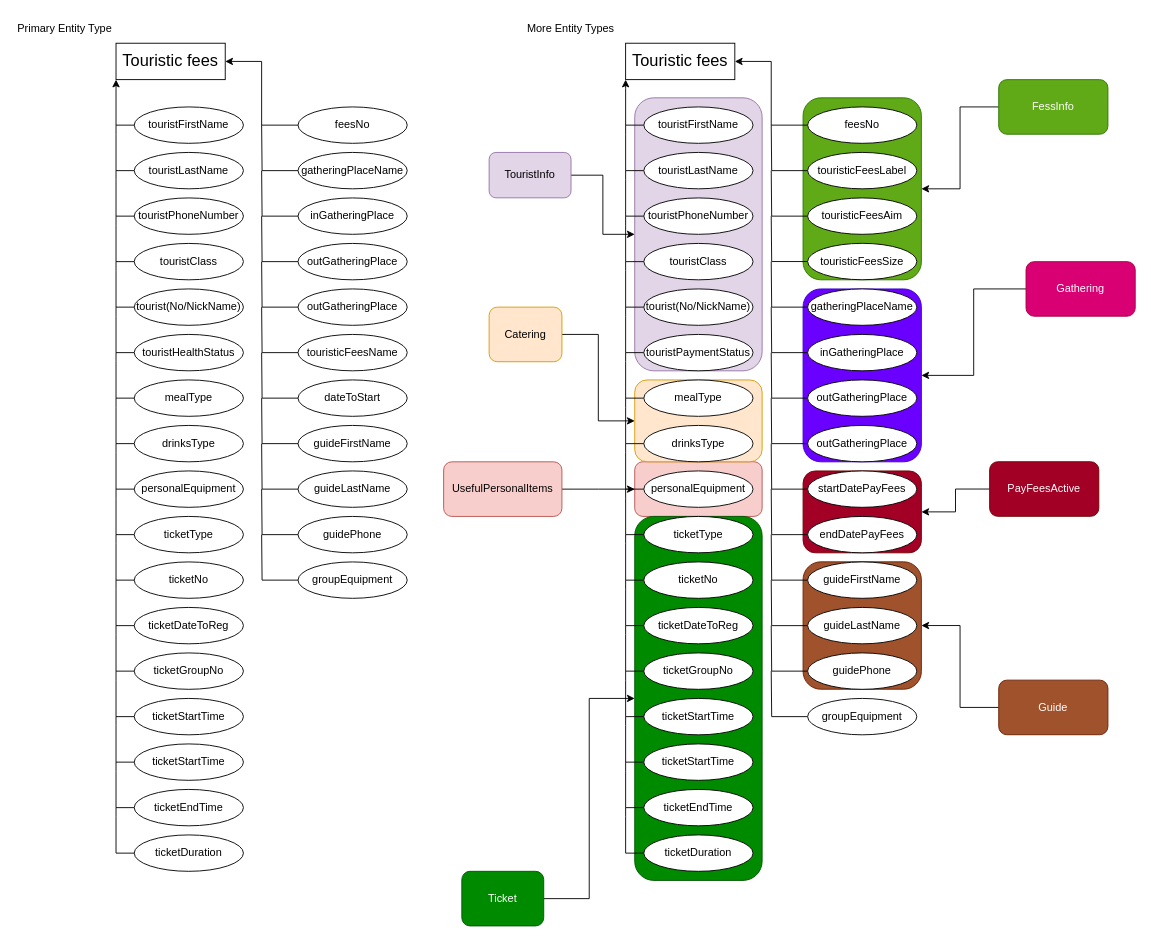
This is Untitled Diagram.drawio from maxonchickdev/maxonchickdev, a draw.io file, before an edit. Source tidied: cells renumbered, new cells numbered last; positions are measured from the earlier drawing's top-left corner, leaving out a move shared by most shapes. Both pictures are drawn from the tidied source at 91%, with x=0, y=0 at pixel (15, 15).
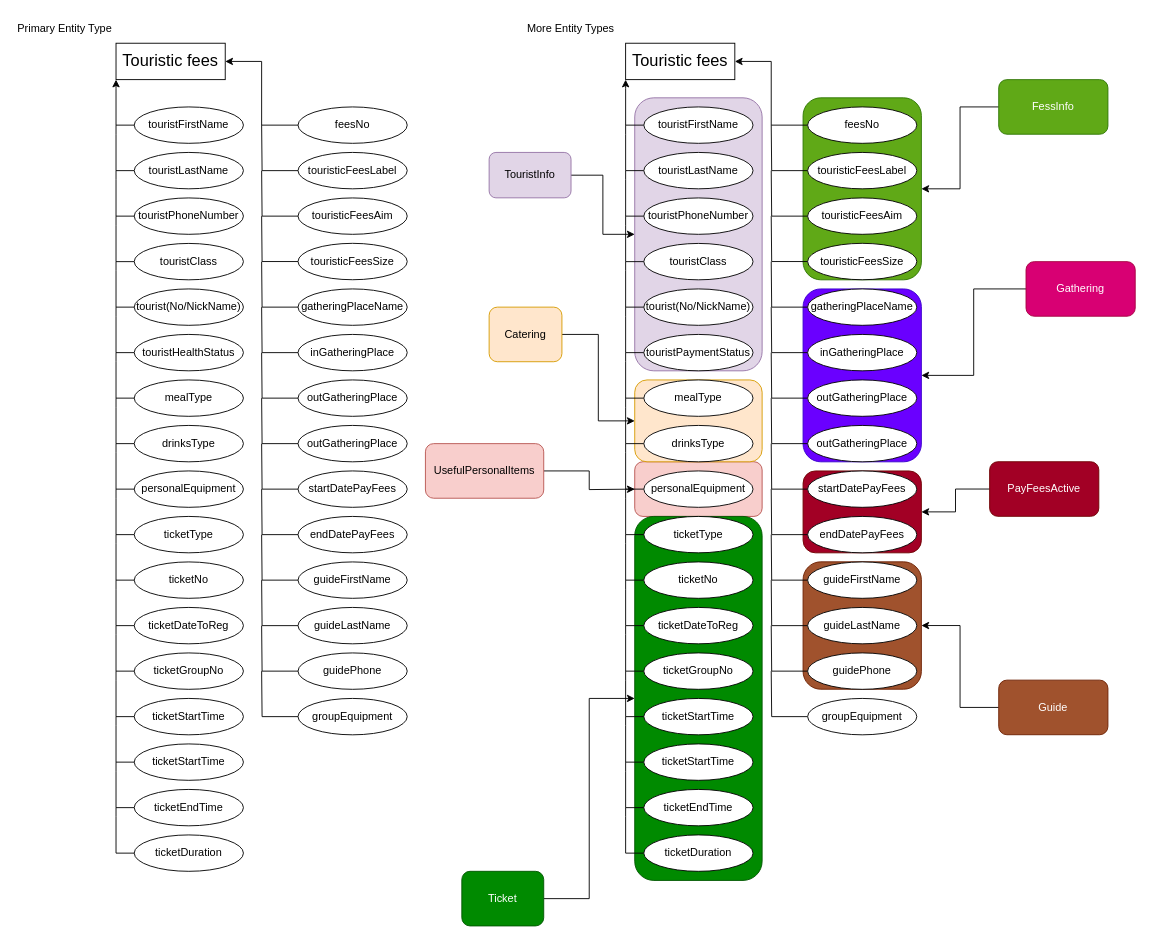
The same diagram, later.

What changed in the source:
```diff
@@
-    <mxCell id="31" style="edgeStyle=orthogonalEdgeStyle;rounded=0;jettySize=auto;html=1;endArrow=none;endFill=0;" parent="1" edge="1" source="32">
-      <mxGeometry relative="1" as="geometry">
-        <mxPoint x="270" y="120" as="targetPoint" />
-      </mxGeometry>
-    </mxCell>
-    <mxCell id="32" value="gatheringPlaceName" style="ellipse;whiteSpace=wrap;html=1;" parent="1" vertex="1">
-      <mxGeometry x="310" y="150" width="120" height="40" as="geometry" />
-    </mxCell>
-    <mxCell id="33" style="edgeStyle=orthogonalEdgeStyle;rounded=0;jettySize=auto;html=1;endArrow=none;endFill=0;" parent="1" edge="1" source="34">
-      <mxGeometry relative="1" as="geometry">
-        <mxPoint x="270" y="170" as="targetPoint" />
-      </mxGeometry>
-    </mxCell>
-    <mxCell id="34" value="inGatheringPlace" style="ellipse;whiteSpace=wrap;html=1;" parent="1" vertex="1">
-      <mxGeometry x="310" y="200" width="120" height="40" as="geometry" />
-    </mxCell>
-    <mxCell id="35" style="edgeStyle=orthogonalEdgeStyle;rounded=0;jettySize=auto;html=1;endArrow=none;endFill=0;" parent="1" edge="1" source="36">
-      <mxGeometry relative="1" as="geometry">
-        <mxPoint x="270" y="220" as="targetPoint" />
-      </mxGeometry>
-    </mxCell>
-    <mxCell id="36" value="outGatheringPlace" style="ellipse;whiteSpace=wrap;html=1;" parent="1" vertex="1">
-      <mxGeometry x="310" y="250" width="120" height="40" as="geometry" />
-    </mxCell>
-    <mxCell id="37" style="edgeStyle=orthogonalEdgeStyle;rounded=0;jettySize=auto;html=1;endArrow=none;endFill=0;" parent="1" edge="1" source="38">
-      <mxGeometry relative="1" as="geometry">
-        <mxPoint x="270" y="270" as="targetPoint" />
-      </mxGeometry>
-    </mxCell>
-    <mxCell id="38" value="outGatheringPlace" style="ellipse;whiteSpace=wrap;html=1;" parent="1" vertex="1">
-      <mxGeometry x="310" y="300" width="120" height="40" as="geometry" />
-    </mxCell>
-    <mxCell id="39" style="edgeStyle=orthogonalEdgeStyle;rounded=0;jettySize=auto;html=1;endArrow=none;endFill=0;" parent="1" edge="1" source="40">
-      <mxGeometry relative="1" as="geometry">
-        <mxPoint x="270" y="320" as="targetPoint" />
-      </mxGeometry>
-    </mxCell>
-    <mxCell id="40" value="touristicFeesName" style="ellipse;whiteSpace=wrap;html=1;" parent="1" vertex="1">
-      <mxGeometry x="310" y="350" width="120" height="40" as="geometry" />
-    </mxCell>
-    <mxCell id="41" style="edgeStyle=orthogonalEdgeStyle;rounded=0;jettySize=auto;html=1;endArrow=none;endFill=0;" parent="1" edge="1" source="42">
-      <mxGeometry relative="1" as="geometry">
-        <mxPoint x="270" y="370" as="targetPoint" />
-      </mxGeometry>
-    </mxCell>
-    <mxCell id="42" value="dateToStart" style="ellipse;whiteSpace=wrap;html=1;" parent="1" vertex="1">
-      <mxGeometry x="310" y="400" width="120" height="40" as="geometry" />
-    </mxCell>
-    <mxCell id="43" style="edgeStyle=orthogonalEdgeStyle;rounded=0;jettySize=auto;html=1;endArrow=none;endFill=0;" parent="1" edge="1" source="44">
-      <mxGeometry relative="1" as="geometry">
-        <mxPoint x="270" y="420" as="targetPoint" />
-      </mxGeometry>
-    </mxCell>
-    <mxCell id="44" value="&lt;div&gt;guideFirstName&lt;/div&gt;" style="ellipse;whiteSpace=wrap;html=1;" parent="1" vertex="1">
-      <mxGeometry x="310" y="450" width="120" height="40" as="geometry" />
-    </mxCell>
-    <mxCell id="45" style="edgeStyle=orthogonalEdgeStyle;rounded=0;jettySize=auto;html=1;endArrow=none;endFill=0;" parent="1" edge="1" source="46">
-      <mxGeometry relative="1" as="geometry">
-        <mxPoint x="270" y="470" as="targetPoint" />
-      </mxGeometry>
-    </mxCell>
-    <mxCell id="46" value="&lt;div&gt;guideLastName&lt;/div&gt;" style="ellipse;whiteSpace=wrap;html=1;" parent="1" vertex="1">
-      <mxGeometry x="310" y="500" width="120" height="40" as="geometry" />
-    </mxCell>
-    <mxCell id="47" style="edgeStyle=orthogonalEdgeStyle;rounded=0;jettySize=auto;html=1;endArrow=none;endFill=0;" parent="1" edge="1" source="48">
-      <mxGeometry relative="1" as="geometry">
-        <mxPoint x="270" y="520" as="targetPoint" />
-      </mxGeometry>
-    </mxCell>
-    <mxCell id="48" value="&lt;div&gt;guidePhone&lt;/div&gt;" style="ellipse;whiteSpace=wrap;html=1;" parent="1" vertex="1">
-      <mxGeometry x="310" y="550" width="120" height="40" as="geometry" />
-    </mxCell>
-    <mxCell id="49" style="edgeStyle=orthogonalEdgeStyle;rounded=0;jettySize=auto;html=1;endArrow=none;endFill=0;" parent="1" edge="1" source="50">
-      <mxGeometry relative="1" as="geometry">
-        <mxPoint x="270" y="570" as="targetPoint" />
-      </mxGeometry>
-    </mxCell>
-    <mxCell id="50" value="groupEquipment" style="ellipse;whiteSpace=wrap;html=1;" parent="1" vertex="1">
-      <mxGeometry x="310" y="600" width="120" height="40" as="geometry" />
-    </mxCell>
@@
     <mxCell id="133" value="UsefulPersonalItems" style="rounded=1;whiteSpace=wrap;html=1;fillColor=#f8cecc;strokeColor=#b85450;" parent="1" vertex="1">
-      <mxGeometry x="470" y="490" width="130" height="60" as="geometry" />
+      <mxGeometry x="450" y="470" width="130" height="60" as="geometry" />
     </mxCell>
@@
+    <mxCell id="148" style="edgeStyle=orthogonalEdgeStyle;rounded=0;jettySize=auto;html=1;endArrow=none;endFill=0;" parent="1" edge="1" source="32">
+      <mxGeometry relative="1" as="geometry">
+        <mxPoint x="270" y="270" as="targetPoint" />
+      </mxGeometry>
+    </mxCell>
+    <mxCell id="32" value="gatheringPlaceName" style="ellipse;whiteSpace=wrap;html=1;" parent="1" vertex="1">
+      <mxGeometry x="310" y="300" width="120" height="40" as="geometry" />
+    </mxCell>
+    <mxCell id="149" style="edgeStyle=orthogonalEdgeStyle;rounded=0;jettySize=auto;html=1;endArrow=none;endFill=0;" parent="1" edge="1" source="34">
+      <mxGeometry relative="1" as="geometry">
+        <mxPoint x="270" y="320" as="targetPoint" />
+      </mxGeometry>
+    </mxCell>
+    <mxCell id="34" value="inGatheringPlace" style="ellipse;whiteSpace=wrap;html=1;" parent="1" vertex="1">
+      <mxGeometry x="310" y="350" width="120" height="40" as="geometry" />
+    </mxCell>
+    <mxCell id="150" style="edgeStyle=orthogonalEdgeStyle;rounded=0;jettySize=auto;html=1;endArrow=none;endFill=0;" parent="1" edge="1" source="151">
+      <mxGeometry relative="1" as="geometry">
+        <mxPoint x="270" y="370" as="targetPoint" />
+      </mxGeometry>
+    </mxCell>
+    <mxCell id="151" value="outGatheringPlace" style="ellipse;whiteSpace=wrap;html=1;" parent="1" vertex="1">
+      <mxGeometry x="310" y="400" width="120" height="40" as="geometry" />
+    </mxCell>
+    <mxCell id="152" style="edgeStyle=orthogonalEdgeStyle;rounded=0;jettySize=auto;html=1;endArrow=none;endFill=0;" parent="1" edge="1" source="153">
+      <mxGeometry relative="1" as="geometry">
+        <mxPoint x="270" y="420" as="targetPoint" />
+      </mxGeometry>
+    </mxCell>
+    <mxCell id="153" value="outGatheringPlace" style="ellipse;whiteSpace=wrap;html=1;" parent="1" vertex="1">
+      <mxGeometry x="310" y="450" width="120" height="40" as="geometry" />
+    </mxCell>
+    <mxCell id="154" style="edgeStyle=orthogonalEdgeStyle;rounded=0;jettySize=auto;html=1;endArrow=none;endFill=0;" parent="1" edge="1" source="155">
+      <mxGeometry relative="1" as="geometry">
+        <mxPoint x="270" y="120" as="targetPoint" />
+      </mxGeometry>
+    </mxCell>
+    <mxCell id="155" value="touristicFeesLabel" style="ellipse;whiteSpace=wrap;html=1;" parent="1" vertex="1">
+      <mxGeometry x="310" y="150" width="120" height="40" as="geometry" />
+    </mxCell>
+    <mxCell id="156" style="edgeStyle=orthogonalEdgeStyle;rounded=0;jettySize=auto;html=1;endArrow=none;endFill=0;" parent="1" edge="1" source="157">
+      <mxGeometry relative="1" as="geometry">
+        <mxPoint x="270" y="470" as="targetPoint" />
+      </mxGeometry>
+    </mxCell>
+    <mxCell id="157" value="startDatePayFees" style="ellipse;whiteSpace=wrap;html=1;" parent="1" vertex="1">
+      <mxGeometry x="310" y="500" width="120" height="40" as="geometry" />
+    </mxCell>
+    <mxCell id="158" style="edgeStyle=orthogonalEdgeStyle;rounded=0;jettySize=auto;html=1;endArrow=none;endFill=0;" parent="1" edge="1" source="44">
+      <mxGeometry relative="1" as="geometry">
+        <mxPoint x="270" y="570" as="targetPoint" />
+      </mxGeometry>
+    </mxCell>
+    <mxCell id="44" value="&lt;div&gt;guideFirstName&lt;/div&gt;" style="ellipse;whiteSpace=wrap;html=1;" parent="1" vertex="1">
+      <mxGeometry x="310" y="600" width="120" height="40" as="geometry" />
+    </mxCell>
+    <mxCell id="159" style="edgeStyle=orthogonalEdgeStyle;rounded=0;jettySize=auto;html=1;endArrow=none;endFill=0;" parent="1" edge="1" source="46">
+      <mxGeometry relative="1" as="geometry">
+        <mxPoint x="270" y="620" as="targetPoint" />
+      </mxGeometry>
+    </mxCell>
+    <mxCell id="46" value="&lt;div&gt;guideLastName&lt;/div&gt;" style="ellipse;whiteSpace=wrap;html=1;" parent="1" vertex="1">
+      <mxGeometry x="310" y="650" width="120" height="40" as="geometry" />
+    </mxCell>
+    <mxCell id="160" style="edgeStyle=orthogonalEdgeStyle;rounded=0;jettySize=auto;html=1;endArrow=none;endFill=0;" parent="1" edge="1" source="48">
+      <mxGeometry relative="1" as="geometry">
+        <mxPoint x="270" y="670" as="targetPoint" />
+      </mxGeometry>
+    </mxCell>
+    <mxCell id="48" value="&lt;div&gt;guidePhone&lt;/div&gt;" style="ellipse;whiteSpace=wrap;html=1;" parent="1" vertex="1">
+      <mxGeometry x="310" y="700" width="120" height="40" as="geometry" />
+    </mxCell>
+    <mxCell id="161" style="edgeStyle=orthogonalEdgeStyle;rounded=0;jettySize=auto;html=1;endArrow=none;endFill=0;" parent="1" edge="1" source="50">
+      <mxGeometry relative="1" as="geometry">
+        <mxPoint x="270" y="720" as="targetPoint" />
+      </mxGeometry>
+    </mxCell>
+    <mxCell id="50" value="groupEquipment" style="ellipse;whiteSpace=wrap;html=1;" parent="1" vertex="1">
+      <mxGeometry x="310" y="750" width="120" height="40" as="geometry" />
+    </mxCell>
+    <mxCell id="162" style="edgeStyle=orthogonalEdgeStyle;rounded=0;jettySize=auto;html=1;endArrow=none;endFill=0;" parent="1" edge="1" source="163">
+      <mxGeometry relative="1" as="geometry">
+        <mxPoint x="270" y="170" as="targetPoint" />
+      </mxGeometry>
+    </mxCell>
+    <mxCell id="163" value="touristicFeesAim" style="ellipse;whiteSpace=wrap;html=1;" parent="1" vertex="1">
+      <mxGeometry x="310" y="200" width="120" height="40" as="geometry" />
+    </mxCell>
+    <mxCell id="164" style="edgeStyle=orthogonalEdgeStyle;rounded=0;jettySize=auto;html=1;endArrow=none;endFill=0;" parent="1" edge="1" source="165">
+      <mxGeometry relative="1" as="geometry">
+        <mxPoint x="270" y="220" as="targetPoint" />
+      </mxGeometry>
+    </mxCell>
+    <mxCell id="165" value="touristicFeesSize" style="ellipse;whiteSpace=wrap;html=1;" parent="1" vertex="1">
+      <mxGeometry x="310" y="249.9" width="120" height="40" as="geometry" />
+    </mxCell>
+    <mxCell id="166" style="edgeStyle=orthogonalEdgeStyle;rounded=0;jettySize=auto;html=1;endArrow=none;endFill=0;" parent="1" edge="1" source="167">
+      <mxGeometry relative="1" as="geometry">
+        <mxPoint x="270" y="520" as="targetPoint" />
+      </mxGeometry>
+    </mxCell>
+    <mxCell id="167" value="endDatePayFees" style="ellipse;whiteSpace=wrap;html=1;" parent="1" vertex="1">
+      <mxGeometry x="310" y="550" width="120" height="40" as="geometry" />
+    </mxCell>
```
